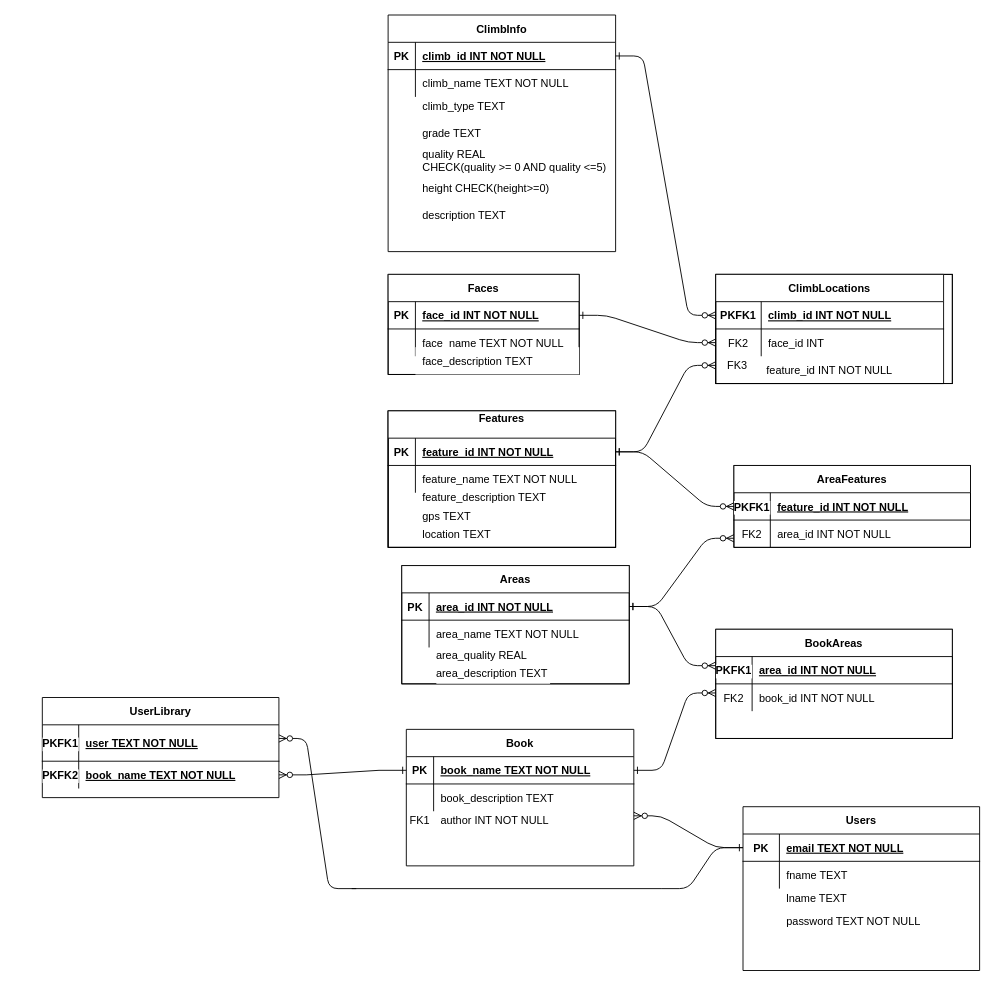
apc518/penguinboys keeps this draw.io diagram as Untitled Diagram.drawio. Above is the earlier version. Source tidied: cells renumbered, new cells numbered last; positions are measured from the earlier drawing's top-left corner, leaving out a move shared by most shapes. Both pictures are drawn from the tidied source at 91%, with x=0, y=0 at pixel (42, 15).
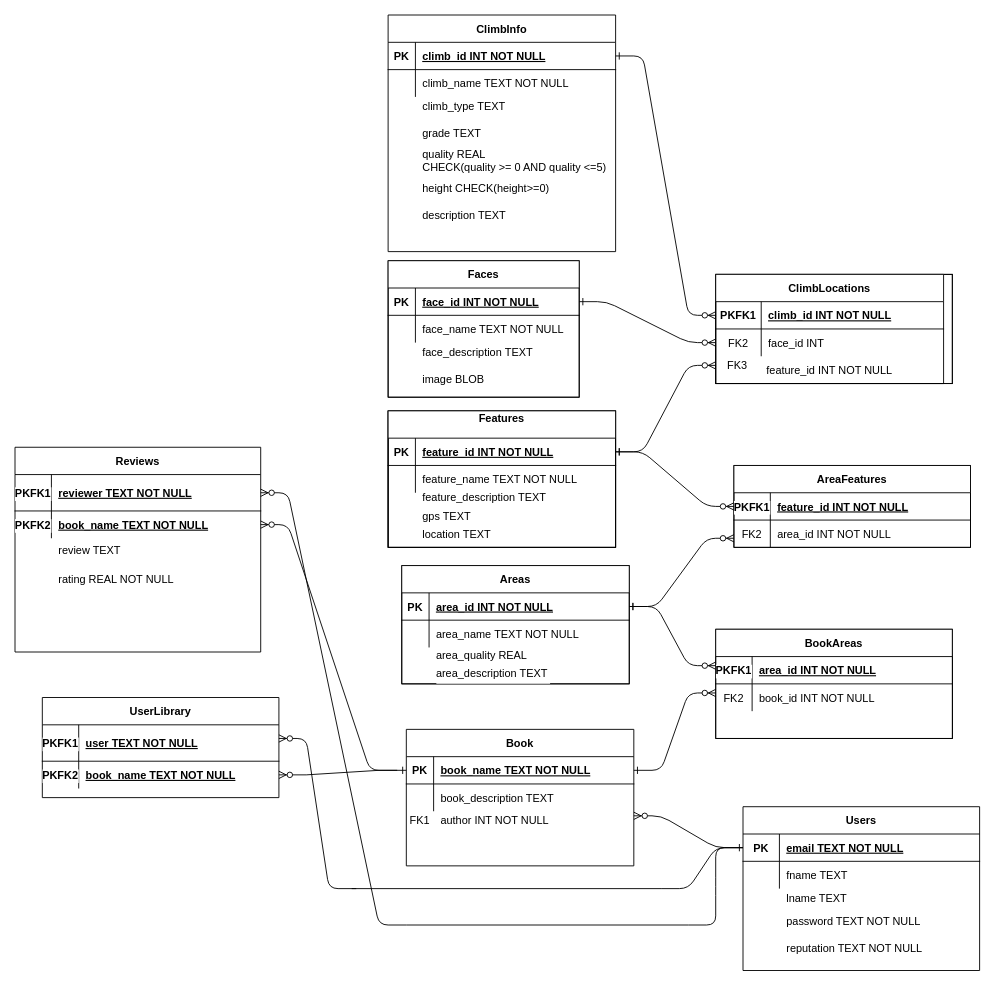
After the change.

The change refers to these unchanged cells:
```xml
<mxCell id="38" style="shape=partialRectangle;fillColor=none;top=0;left=0;right=0;bottom=0;strokeColor=default;labelBackgroundColor=default;fontColor=default;" parent="34" vertex="1">
  <mxGeometry y="60" width="210" height="30" as="geometry" />
</mxCell>
<mxCell id="88" style="shape=partialRectangle;fillColor=none;points=[[0,0.5],[1,0.5]];portConstraint=eastwest;top=0;left=0;right=0;bottom=1;fontColor=default;strokeColor=default;labelBackgroundColor=default;" parent="87" vertex="1">
  <mxGeometry y="30" width="260" height="30" as="geometry" />
</mxCell>
```

The edit, as a diff of the source:
```diff
@@
     <mxCell id="33" style="group;fontColor=default;strokeColor=default;labelBackgroundColor=default;" parent="1" vertex="1">
-      <mxGeometry x="380" y="285" width="210" height="110" as="geometry" />
+      <mxGeometry x="380" y="270" width="210" height="150" as="geometry" />
     </mxCell>
     <mxCell id="34" value="Faces" style="shape=table;startSize=30;childLayout=tableLayout;rowLines=0;fontStyle=1;align=center;fontColor=default;fillColor=default;strokeColor=default;labelBackgroundColor=default;" parent="33" vertex="1">
-      <mxGeometry width="210" height="110" as="geometry" />
+      <mxGeometry width="210" height="150" as="geometry" />
     </mxCell>
@@
-    <mxCell id="40" value="face_name TEXT NOT NULL" style="shape=partialRectangle;overflow=hidden;fillColor=none;top=0;left=0;bottom=0;right=0;align=left;spacingLeft=6;fontColor=default;strokeColor=default;labelBackgroundColor=default;" parent="38" vertex="1">
+    <mxCell id="40" value="face_name TEXT NOT NULL" style="shape=partialRectangle;overflow=hidden;fillColor=none;top=0;left=0;bottom=0;right=0;align=left;spacingLeft=6;fontColor=default;strokeColor=default;labelBackgroundColor=none;" parent="38" vertex="1">
       <mxGeometry x="30" width="180" height="30" as="geometry" />
     </mxCell>
-    <mxCell id="41" value="face_description TEXT" style="shape=partialRectangle;overflow=hidden;fillColor=default;top=0;left=0;bottom=0;right=0;align=left;spacingLeft=6;fontColor=default;strokeColor=default;labelBackgroundColor=default;" parent="33" vertex="1">
-      <mxGeometry x="30" y="80" width="180" height="30" as="geometry" />
+    <mxCell id="41" value="face_description TEXT" style="shape=partialRectangle;overflow=hidden;fillColor=none;top=0;left=0;bottom=0;right=0;align=left;spacingLeft=6;fontColor=default;strokeColor=default;labelBackgroundColor=default;" parent="33" vertex="1">
+      <mxGeometry x="30" y="80" width="180" height="40.9" as="geometry" />
     </mxCell>
+    <mxCell id="110" value="image BLOB" style="shape=partialRectangle;overflow=hidden;fillColor=none;top=0;left=0;bottom=0;right=0;align=left;spacingLeft=6;fontColor=default;strokeColor=default;labelBackgroundColor=default;" parent="33" vertex="1">
+      <mxGeometry x="30" y="109.1" width="180" height="40.9" as="geometry" />
+    </mxCell>
@@
+    <mxCell id="111" value="reputation TEXT NOT NULL" style="shape=partialRectangle;overflow=hidden;fillColor=none;top=0;left=0;bottom=0;right=0;align=left;spacingLeft=6;fontColor=default;strokeColor=default;labelBackgroundColor=default;" parent="1" vertex="1">
+      <mxGeometry x="810" y="1010" width="220" height="30" as="geometry" />
+    </mxCell>
+    <mxCell id="112" value="Reviews" style="shape=table;startSize=30;childLayout=tableLayout;rowLines=0;fontStyle=1;align=center;fontColor=default;fillColor=default;strokeColor=default;labelBackgroundColor=default;" parent="1" vertex="1">
+      <mxGeometry x="-30" y="475" width="270" height="225" as="geometry" />
+    </mxCell>
+    <mxCell id="113" style="shape=partialRectangle;fillColor=none;points=[[0,0.5],[1,0.5]];portConstraint=eastwest;top=0;left=0;right=0;bottom=1;fontColor=default;strokeColor=default;labelBackgroundColor=default;" parent="112" vertex="1">
+      <mxGeometry y="30" width="270" height="40" as="geometry" />
+    </mxCell>
+    <mxCell id="114" value="PKFK1" style="shape=partialRectangle;overflow=hidden;fillColor=none;top=0;left=0;bottom=0;right=0;fontStyle=1;fontColor=default;strokeColor=default;labelBackgroundColor=default;" parent="113" vertex="1">
+      <mxGeometry width="40" height="40" as="geometry" />
+    </mxCell>
+    <mxCell id="115" value="reviewer TEXT NOT NULL " style="shape=partialRectangle;overflow=hidden;fillColor=none;top=0;left=0;bottom=0;right=0;align=left;spacingLeft=6;fontStyle=5;fontColor=default;strokeColor=default;labelBackgroundColor=default;" parent="113" vertex="1">
+      <mxGeometry x="40" width="230" height="40" as="geometry" />
+    </mxCell>
+    <mxCell id="116" style="shape=partialRectangle;fillColor=none;points=[[0,0.5],[1,0.5]];portConstraint=eastwest;top=0;left=0;right=0;bottom=0;strokeColor=default;fontColor=default;labelBackgroundColor=default;" parent="112" vertex="1">
+      <mxGeometry y="70" width="270" height="30" as="geometry" />
+    </mxCell>
+    <mxCell id="117" style="shape=partialRectangle;overflow=hidden;fillColor=none;top=0;left=0;bottom=0;right=0;fontColor=default;strokeColor=default;labelBackgroundColor=default;fontStyle=1;" parent="116" vertex="1">
+      <mxGeometry width="40" height="30" as="geometry" />
+    </mxCell>
+    <mxCell id="118" value="book_name TEXT NOT NULL" style="shape=partialRectangle;overflow=hidden;fillColor=none;top=0;left=0;bottom=0;right=0;align=left;spacingLeft=6;fontColor=default;strokeColor=default;labelBackgroundColor=default;fontStyle=5;" parent="116" vertex="1">
+      <mxGeometry x="40" width="230" height="30" as="geometry" />
+    </mxCell>
+    <mxCell id="119" value="PKFK2" style="shape=partialRectangle;overflow=hidden;fillColor=none;top=0;left=0;bottom=0;right=0;fontStyle=1;fontColor=default;strokeColor=default;labelBackgroundColor=default;" parent="1" vertex="1">
+      <mxGeometry x="-30" y="540" width="40" height="40" as="geometry" />
+    </mxCell>
+    <mxCell id="120" value="review TEXT" style="shape=partialRectangle;overflow=hidden;fillColor=none;top=0;left=0;bottom=0;right=0;align=left;spacingLeft=6;fontStyle=0;fontColor=default;strokeColor=default;labelBackgroundColor=default;" parent="1" vertex="1">
+      <mxGeometry x="10" y="567.5" width="230" height="40" as="geometry" />
+    </mxCell>
+    <mxCell id="121" value="rating REAL NOT NULL" style="shape=partialRectangle;overflow=hidden;fillColor=none;top=0;left=0;bottom=0;right=0;align=left;spacingLeft=6;fontStyle=0;fontColor=default;strokeColor=default;labelBackgroundColor=default;" parent="1" vertex="1">
+      <mxGeometry x="10" y="600" width="230" height="40" as="geometry" />
+    </mxCell>
+    <mxCell id="122" style="edgeStyle=entityRelationEdgeStyle;rounded=1;jettySize=auto;html=1;exitX=1;exitY=0.5;exitDx=0;exitDy=0;labelBackgroundColor=default;fontColor=default;startArrow=ERzeroToMany;startFill=1;endArrow=none;endFill=0;strokeColor=default;" parent="1" edge="1" source="113">
+      <mxGeometry relative="1" as="geometry">
+        <mxPoint x="400" y="1000" as="targetPoint" />
+      </mxGeometry>
+    </mxCell>
+    <mxCell id="123" style="endArrow=none;html=1;rounded=1;labelBackgroundColor=default;fontColor=default;strokeColor=default;" parent="1" edge="1">
+      <mxGeometry relative="1" as="geometry">
+        <mxPoint x="400" y="1000" as="sourcePoint" />
+        <mxPoint x="710" y="1000" as="targetPoint" />
+      </mxGeometry>
+    </mxCell>
+    <mxCell id="124" style="endArrow=none;html=1;rounded=1;labelBackgroundColor=default;fontColor=default;strokeColor=default;edgeStyle=entityRelationEdgeStyle;entryX=0;entryY=0.5;entryDx=0;entryDy=0;" parent="1" edge="1" target="88">
+      <mxGeometry relative="1" as="geometry">
+        <mxPoint x="710" y="1000" as="sourcePoint" />
+      </mxGeometry>
+    </mxCell>
+    <mxCell id="125" style="edgeStyle=entityRelationEdgeStyle;rounded=1;jettySize=auto;html=1;exitX=1;exitY=0.5;exitDx=0;exitDy=0;labelBackgroundColor=default;fontColor=default;startArrow=ERzeroToMany;startFill=1;endArrow=none;endFill=0;strokeColor=default;" parent="1" edge="1" source="116">
+      <mxGeometry relative="1" as="geometry">
+        <mxPoint x="390" y="830" as="targetPoint" />
+      </mxGeometry>
+    </mxCell>
```
